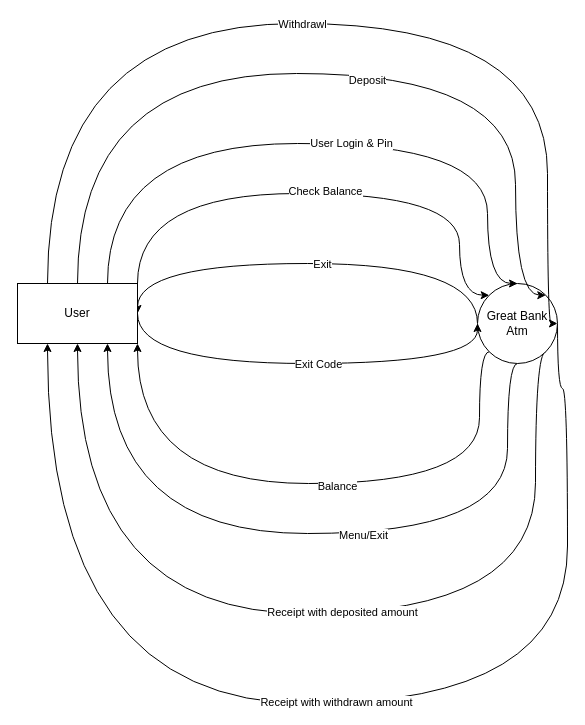
Earlier version of the draw.io diagram page "Context Diagram" (2 of 2) of Data Flow Diagram.drawio (Vedvod/Great-Bank). Source tidied: cells renumbered, new cells numbered last; positions are measured from the earlier drawing's top-left corner, leaving out a move shared by most shapes. Both pictures are drawn from the tidied source at 100%, with x=0, y=0 at pixel (17, 23).
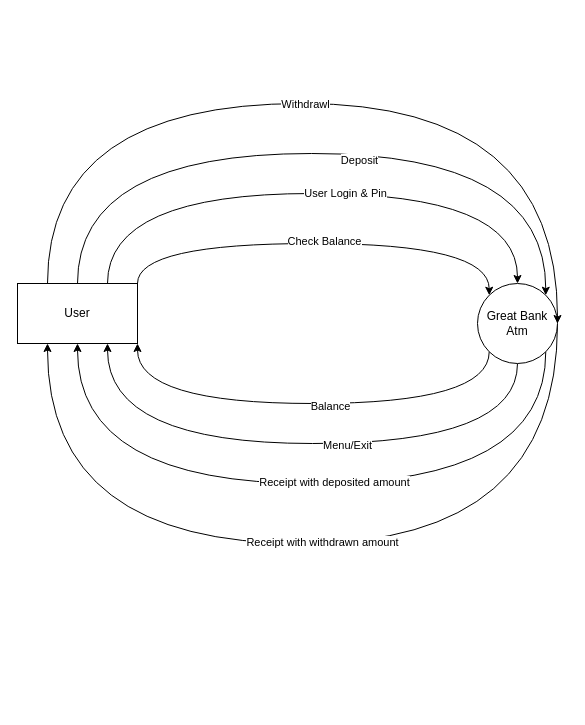
Above is the later version.

The change refers to these unchanged cells:
```xml
<mxCell id="12" value="Great Bank Atm" style="ellipse;whiteSpace=wrap;html=1;" parent="1" vertex="1">
  <mxGeometry x="460" y="260" width="80" height="80" as="geometry" />
</mxCell>
<mxCell id="23" value="User" style="rounded=0;whiteSpace=wrap;html=1;" parent="1" vertex="1">
  <mxGeometry y="260" width="120" height="60" as="geometry" />
</mxCell>
```

Change to the diagram source:
```diff
@@
     <mxCell id="2" style="edgeStyle=orthogonalEdgeStyle;curved=1;rounded=0;jettySize=auto;html=1;exitX=0.5;exitY=1;exitDx=0;exitDy=0;entryX=0.75;entryY=1;entryDx=0;entryDy=0;" parent="1" edge="1" source="12" target="23">
       <mxGeometry relative="1" as="geometry">
         <Array as="points">
-          <mxPoint x="490" y="510" />
-          <mxPoint x="90" y="510" />
+          <mxPoint x="500" y="420" />
+          <mxPoint x="90" y="420" />
         </Array>
       </mxGeometry>
     </mxCell>
@@
     <mxCell id="4" style="edgeStyle=orthogonalEdgeStyle;curved=1;rounded=0;jettySize=auto;html=1;exitX=0;exitY=1;exitDx=0;exitDy=0;entryX=1;entryY=1;entryDx=0;entryDy=0;" parent="1" edge="1" source="12" target="23">
       <mxGeometry relative="1" as="geometry">
         <Array as="points">
-          <mxPoint x="462" y="460" />
-          <mxPoint x="120" y="460" />
+          <mxPoint x="472" y="380" />
+          <mxPoint x="120" y="380" />
         </Array>
       </mxGeometry>
     </mxCell>
@@
     <mxCell id="6" style="edgeStyle=orthogonalEdgeStyle;curved=1;rounded=0;jettySize=auto;html=1;exitX=1;exitY=1;exitDx=0;exitDy=0;entryX=0.5;entryY=1;entryDx=0;entryDy=0;" parent="1" edge="1" source="12" target="23">
       <mxGeometry relative="1" as="geometry">
         <Array as="points">
-          <mxPoint x="518" y="590" />
-          <mxPoint x="60" y="590" />
+          <mxPoint x="528" y="460" />
+          <mxPoint x="60" y="460" />
         </Array>
       </mxGeometry>
     </mxCell>
@@
     <mxCell id="8" style="edgeStyle=orthogonalEdgeStyle;curved=1;rounded=0;jettySize=auto;html=1;exitX=1;exitY=0.5;exitDx=0;exitDy=0;" parent="1" edge="1" source="12">
       <mxGeometry relative="1" as="geometry">
         <mxPoint x="30" y="320" as="targetPoint" />
         <Array as="points">
-          <mxPoint x="550" y="365" />
-          <mxPoint x="550" y="680" />
-          <mxPoint x="30" y="680" />
+          <mxPoint x="540" y="520" />
+          <mxPoint x="30" y="520" />
         </Array>
       </mxGeometry>
     </mxCell>
@@
-    <mxCell id="10" style="edgeStyle=orthogonalEdgeStyle;curved=1;rounded=0;jettySize=auto;html=1;exitX=0;exitY=0.5;exitDx=0;exitDy=0;entryX=1;entryY=0.5;entryDx=0;entryDy=0;" parent="1" edge="1" source="12" target="23">
-      <mxGeometry relative="1" as="geometry">
-        <Array as="points">
-          <mxPoint x="460" y="240" />
-          <mxPoint x="120" y="240" />
-        </Array>
-      </mxGeometry>
-    </mxCell>
-    <mxCell id="11" value="Exit" style="edgeLabel;html=1;align=center;verticalAlign=middle;" parent="10" vertex="1">
-      <mxGeometry x="-0.04" relative="1" as="geometry" />
-    </mxCell>
@@
     <mxCell id="13" style="edgeStyle=orthogonalEdgeStyle;rounded=0;jettySize=auto;html=1;exitX=0.75;exitY=0;exitDx=0;exitDy=0;entryX=0.5;entryY=0;entryDx=0;entryDy=0;curved=1;" parent="1" edge="1" source="23" target="12">
       <mxGeometry relative="1" as="geometry">
         <Array as="points">
-          <mxPoint x="90" y="120" />
-          <mxPoint x="470" y="120" />
+          <mxPoint x="90" y="170" />
+          <mxPoint x="500" y="170" />
         </Array>
       </mxGeometry>
     </mxCell>
@@
     <mxCell id="15" style="edgeStyle=orthogonalEdgeStyle;curved=1;rounded=0;jettySize=auto;html=1;exitX=1;exitY=0;exitDx=0;exitDy=0;entryX=0;entryY=0;entryDx=0;entryDy=0;" parent="1" edge="1" source="23" target="12">
       <mxGeometry relative="1" as="geometry">
         <Array as="points">
-          <mxPoint x="120" y="170" />
-          <mxPoint x="442" y="170" />
+          <mxPoint x="120" y="220" />
+          <mxPoint x="472" y="220" />
         </Array>
       </mxGeometry>
     </mxCell>
@@
     <mxCell id="17" style="edgeStyle=orthogonalEdgeStyle;curved=1;rounded=0;jettySize=auto;html=1;exitX=0.5;exitY=0;exitDx=0;exitDy=0;entryX=1;entryY=0;entryDx=0;entryDy=0;" parent="1" edge="1" source="23" target="12">
       <mxGeometry relative="1" as="geometry">
         <Array as="points">
-          <mxPoint x="60" y="50" />
-          <mxPoint x="498" y="50" />
+          <mxPoint x="60" y="130" />
+          <mxPoint x="528" y="130" />
         </Array>
       </mxGeometry>
     </mxCell>
@@
     <mxCell id="19" style="edgeStyle=orthogonalEdgeStyle;curved=1;rounded=0;jettySize=auto;html=1;exitX=0.25;exitY=0;exitDx=0;exitDy=0;entryX=1;entryY=0.5;entryDx=0;entryDy=0;" parent="1" edge="1" source="23" target="12">
       <mxGeometry relative="1" as="geometry">
         <Array as="points">
-          <mxPoint x="30" />
-          <mxPoint x="530" />
-          <mxPoint x="530" y="300" />
+          <mxPoint x="30" y="80" />
+          <mxPoint x="540" y="80" />
         </Array>
       </mxGeometry>
     </mxCell>
@@
-    <mxCell id="21" style="edgeStyle=orthogonalEdgeStyle;curved=1;rounded=0;jettySize=auto;html=1;exitX=1;exitY=0.5;exitDx=0;exitDy=0;entryX=0;entryY=0.5;entryDx=0;entryDy=0;" parent="1" edge="1" source="23" target="12">
-      <mxGeometry relative="1" as="geometry">
-        <Array as="points">
-          <mxPoint x="120" y="340" />
-          <mxPoint x="460" y="340" />
-        </Array>
-      </mxGeometry>
-    </mxCell>
-    <mxCell id="22" value="Exit Code" style="edgeLabel;html=1;align=center;verticalAlign=middle;" parent="21" vertex="1">
-      <mxGeometry x="0.07" relative="1" as="geometry" />
-    </mxCell>
```
